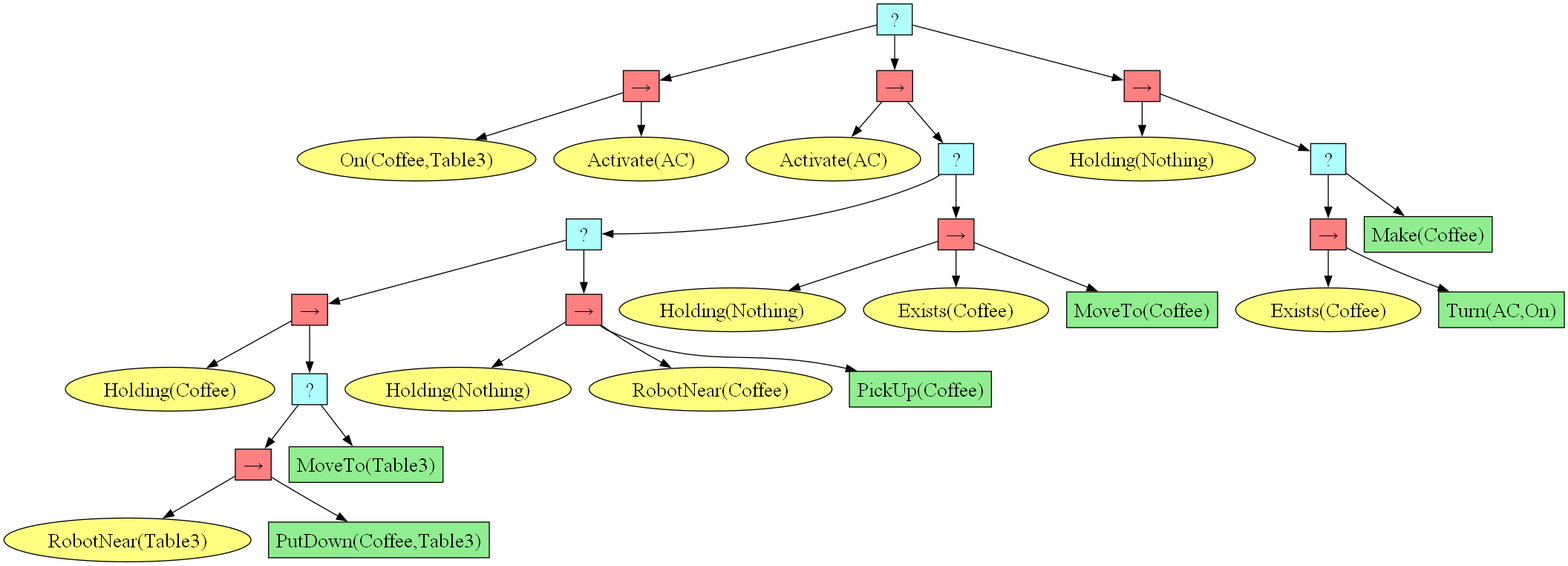
Before: test_exp/behavior_tree.png, a diagram exported from Graphviz (DIDS-EI/BTPG). Its source is kept beside it as test_exp/behavior_tree.dot.
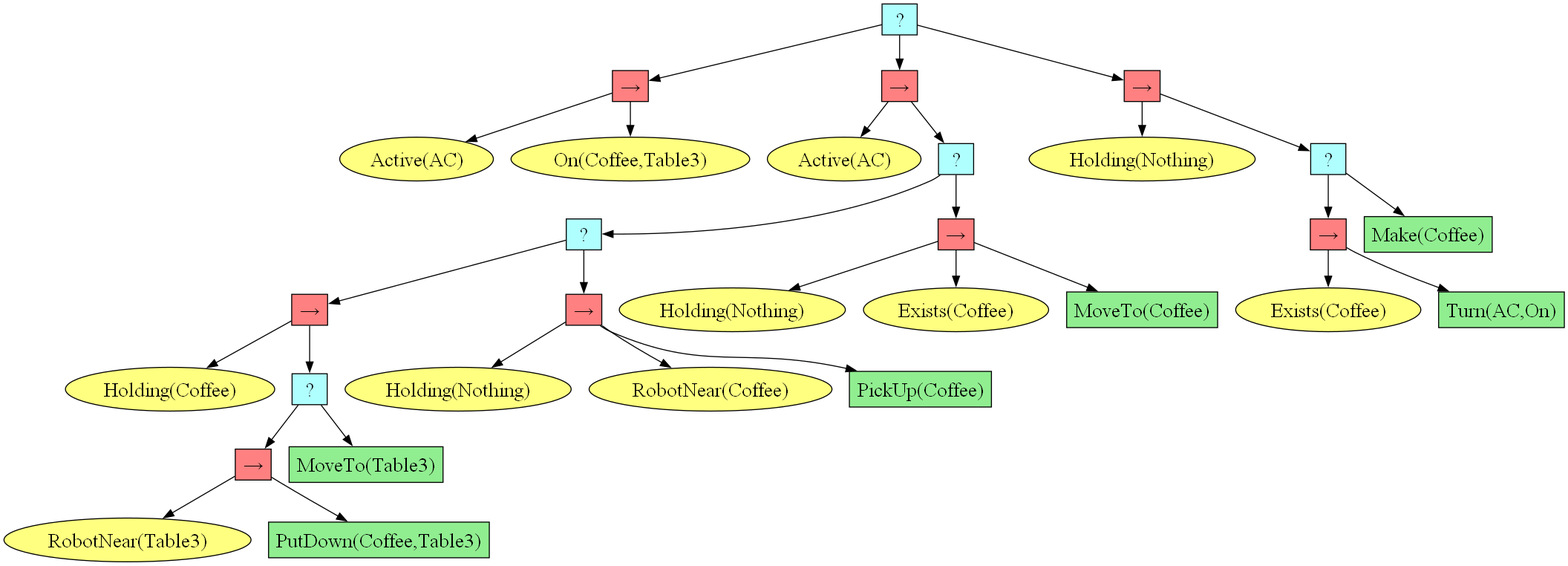
The same file after the commit.

Diff of the diagram source:
```diff
@@ -3,63 +3,63 @@
 graph [fontname="times-roman"];
 node [fontname="times-roman"];
 edge [fontname="times-roman"];
-"40d96e6e-f017-47f1-b045-ea39ed35e793" [fillcolor="#B0FFFF", fontcolor=black, fontsize=20, height=0.01, label=" ? ", shape=box, style=filled, width=0.01];
-"39f95e0f-c5ad-485e-a5ed-3ec96b5ad5d9" [fillcolor="#FF8080", fontcolor=black, fontsize=20, height=0.01, label="&rarr;", shape=box, style=filled, width=0.01];
-"40d96e6e-f017-47f1-b045-ea39ed35e793" -> "39f95e0f-c5ad-485e-a5ed-3ec96b5ad5d9";
-"70feaf1a-8af5-4c74-aabb-561acfc43530" [fillcolor="#FFFF80", fontcolor=black, fontsize=20, label="On(Coffee,Table3)", shape=ellipse, style=filled];
-"39f95e0f-c5ad-485e-a5ed-3ec96b5ad5d9" -> "70feaf1a-8af5-4c74-aabb-561acfc43530";
-"87415fd5-b1ce-42e8-ad00-895939998f91" [fillcolor="#FFFF80", fontcolor=black, fontsize=20, label="Activate(AC)", shape=ellipse, style=filled];
-"39f95e0f-c5ad-485e-a5ed-3ec96b5ad5d9" -> "87415fd5-b1ce-42e8-ad00-895939998f91";
-"d03be1c2-f787-496b-a1dc-f2af9ec79a14" [fillcolor="#FF8080", fontcolor=black, fontsize=20, height=0.01, label="&rarr;", shape=box, style=filled, width=0.01];
-"40d96e6e-f017-47f1-b045-ea39ed35e793" -> "d03be1c2-f787-496b-a1dc-f2af9ec79a14";
-"9ba7d4c7-164f-49fa-a9fa-26b5f5db60ec" [fillcolor="#FFFF80", fontcolor=black, fontsize=20, label="Activate(AC)", shape=ellipse, style=filled];
-"d03be1c2-f787-496b-a1dc-f2af9ec79a14" -> "9ba7d4c7-164f-49fa-a9fa-26b5f5db60ec";
-"94f9e562-efd5-4621-9918-45c8e6b81e74" [fillcolor="#B0FFFF", fontcolor=black, fontsize=20, height=0.01, label=" ? ", shape=box, style=filled, width=0.01];
-"d03be1c2-f787-496b-a1dc-f2af9ec79a14" -> "94f9e562-efd5-4621-9918-45c8e6b81e74";
-"fee48f38-13d3-46e6-a908-384f66520c66" [fillcolor="#B0FFFF", fontcolor=black, fontsize=20, height=0.01, label=" ? ", shape=box, style=filled, width=0.01];
-"94f9e562-efd5-4621-9918-45c8e6b81e74" -> "fee48f38-13d3-46e6-a908-384f66520c66";
-"02331bc6-d342-45c8-8819-0e1af96a8849" [fillcolor="#FF8080", fontcolor=black, fontsize=20, height=0.01, label="&rarr;", shape=box, style=filled, width=0.01];
-"fee48f38-13d3-46e6-a908-384f66520c66" -> "02331bc6-d342-45c8-8819-0e1af96a8849";
-"d4fddffe-086e-4568-a979-3977a3ec776e" [fillcolor="#FFFF80", fontcolor=black, fontsize=20, label="Holding(Coffee)", shape=ellipse, style=filled];
-"02331bc6-d342-45c8-8819-0e1af96a8849" -> "d4fddffe-086e-4568-a979-3977a3ec776e";
-"1881fc75-9366-47d9-b159-01e662043d64" [fillcolor="#B0FFFF", fontcolor=black, fontsize=20, height=0.01, label=" ? ", shape=box, style=filled, width=0.01];
-"02331bc6-d342-45c8-8819-0e1af96a8849" -> "1881fc75-9366-47d9-b159-01e662043d64";
-"4d900d99-60f9-41fa-a7b6-ea96b367d318" [fillcolor="#FF8080", fontcolor=black, fontsize=20, height=0.01, label="&rarr;", shape=box, style=filled, width=0.01];
-"1881fc75-9366-47d9-b159-01e662043d64" -> "4d900d99-60f9-41fa-a7b6-ea96b367d318";
-"712e3908-0825-4aef-82c9-341d560eb55d" [fillcolor="#FFFF80", fontcolor=black, fontsize=20, label="RobotNear(Table3)", shape=ellipse, style=filled];
-"4d900d99-60f9-41fa-a7b6-ea96b367d318" -> "712e3908-0825-4aef-82c9-341d560eb55d";
-"6c966f39-e3bc-4025-bcbb-1533ca1a0537" [fillcolor=lightgreen, fontcolor=black, fontsize=20, label="PutDown(Coffee,Table3)", shape=box, style=filled];
-"4d900d99-60f9-41fa-a7b6-ea96b367d318" -> "6c966f39-e3bc-4025-bcbb-1533ca1a0537";
-"1153b8ec-3f32-4dfc-b597-c5e52ce059b2" [fillcolor=lightgreen, fontcolor=black, fontsize=20, label="MoveTo(Table3)", shape=box, style=filled];
-"1881fc75-9366-47d9-b159-01e662043d64" -> "1153b8ec-3f32-4dfc-b597-c5e52ce059b2";
-"c72324f7-5af9-47f1-a2eb-cf318114dbb9" [fillcolor="#FF8080", fontcolor=black, fontsize=20, height=0.01, label="&rarr;", shape=box, style=filled, width=0.01];
-"fee48f38-13d3-46e6-a908-384f66520c66" -> "c72324f7-5af9-47f1-a2eb-cf318114dbb9";
-"b83fd74e-a563-4847-a53e-cfaa095a8746" [fillcolor="#FFFF80", fontcolor=black, fontsize=20, label="Holding(Nothing)", shape=ellipse, style=filled];
-"c72324f7-5af9-47f1-a2eb-cf318114dbb9" -> "b83fd74e-a563-4847-a53e-cfaa095a8746";
-"6781cac6-c231-4472-90e6-476f79049899" [fillcolor="#FFFF80", fontcolor=black, fontsize=20, label="RobotNear(Coffee)", shape=ellipse, style=filled];
-"c72324f7-5af9-47f1-a2eb-cf318114dbb9" -> "6781cac6-c231-4472-90e6-476f79049899";
-"d7d7f4ef-10ce-4595-8bd2-14d8b89d6c56" [fillcolor=lightgreen, fontcolor=black, fontsize=20, label="PickUp(Coffee)", shape=box, style=filled];
-"c72324f7-5af9-47f1-a2eb-cf318114dbb9" -> "d7d7f4ef-10ce-4595-8bd2-14d8b89d6c56";
-"055c8e15-cb65-447e-b779-ac0a8d0df59f" [fillcolor="#FF8080", fontcolor=black, fontsize=20, height=0.01, label="&rarr;", shape=box, style=filled, width=0.01];
-"94f9e562-efd5-4621-9918-45c8e6b81e74" -> "055c8e15-cb65-447e-b779-ac0a8d0df59f";
-"c4df0c44-3141-4850-bfd1-75b1a0277998" [fillcolor="#FFFF80", fontcolor=black, fontsize=20, label="Holding(Nothing)", shape=ellipse, style=filled];
-"055c8e15-cb65-447e-b779-ac0a8d0df59f" -> "c4df0c44-3141-4850-bfd1-75b1a0277998";
-"114c61b8-a325-47dd-9c8b-91c153b71d09" [fillcolor="#FFFF80", fontcolor=black, fontsize=20, label="Exists(Coffee)", shape=ellipse, style=filled];
-"055c8e15-cb65-447e-b779-ac0a8d0df59f" -> "114c61b8-a325-47dd-9c8b-91c153b71d09";
-"401531bc-1919-48b1-9d5e-796f582d1b6d" [fillcolor=lightgreen, fontcolor=black, fontsize=20, label="MoveTo(Coffee)", shape=box, style=filled];
-"055c8e15-cb65-447e-b779-ac0a8d0df59f" -> "401531bc-1919-48b1-9d5e-796f582d1b6d";
-"63ed2ed0-f67e-4009-8327-aed50e896072" [fillcolor="#FF8080", fontcolor=black, fontsize=20, height=0.01, label="&rarr;", shape=box, style=filled, width=0.01];
-"40d96e6e-f017-47f1-b045-ea39ed35e793" -> "63ed2ed0-f67e-4009-8327-aed50e896072";
-"6e16e691-6402-464b-8d98-0975d803dcff" [fillcolor="#FFFF80", fontcolor=black, fontsize=20, label="Holding(Nothing)", shape=ellipse, style=filled];
-"63ed2ed0-f67e-4009-8327-aed50e896072" -> "6e16e691-6402-464b-8d98-0975d803dcff";
-"6932352c-b567-4a65-8966-d6ef2573fa6b" [fillcolor="#B0FFFF", fontcolor=black, fontsize=20, height=0.01, label=" ? ", shape=box, style=filled, width=0.01];
-"63ed2ed0-f67e-4009-8327-aed50e896072" -> "6932352c-b567-4a65-8966-d6ef2573fa6b";
-"d18984df-5ecc-4ed8-9d2d-813dfdb460c7" [fillcolor="#FF8080", fontcolor=black, fontsize=20, height=0.01, label="&rarr;", shape=box, style=filled, width=0.01];
-"6932352c-b567-4a65-8966-d6ef2573fa6b" -> "d18984df-5ecc-4ed8-9d2d-813dfdb460c7";
-"638dfec6-5d3c-4110-b8ea-479a51d3cf0c" [fillcolor="#FFFF80", fontcolor=black, fontsize=20, label="Exists(Coffee)", shape=ellipse, style=filled];
-"d18984df-5ecc-4ed8-9d2d-813dfdb460c7" -> "638dfec6-5d3c-4110-b8ea-479a51d3cf0c";
-"c0f40bdc-9a97-4e8b-bc93-c50c67c64dab" [fillcolor=lightgreen, fontcolor=black, fontsize=20, label="Turn(AC,On)", shape=box, style=filled];
-"d18984df-5ecc-4ed8-9d2d-813dfdb460c7" -> "c0f40bdc-9a97-4e8b-bc93-c50c67c64dab";
-"b11c4785-50f1-4fab-9135-22cfdeffc213" [fillcolor=lightgreen, fontcolor=black, fontsize=20, label="Make(Coffee)", shape=box, style=filled];
-"6932352c-b567-4a65-8966-d6ef2573fa6b" -> "b11c4785-50f1-4fab-9135-22cfdeffc213";
+"e0e253e6-5e9a-44f4-973e-71b497608af3" [fillcolor="#B0FFFF", fontcolor=black, fontsize=20, height=0.01, label=" ? ", shape=box, style=filled, width=0.01];
+"1a7f3f0c-1863-4ae6-ad97-2db770e39878" [fillcolor="#FF8080", fontcolor=black, fontsize=20, height=0.01, label="&rarr;", shape=box, style=filled, width=0.01];
+"e0e253e6-5e9a-44f4-973e-71b497608af3" -> "1a7f3f0c-1863-4ae6-ad97-2db770e39878";
+"a9ea90d8-3fb7-420e-9620-453934ba32c8" [fillcolor="#FFFF80", fontcolor=black, fontsize=20, label="Active(AC)", shape=ellipse, style=filled];
+"1a7f3f0c-1863-4ae6-ad97-2db770e39878" -> "a9ea90d8-3fb7-420e-9620-453934ba32c8";
+"b07a2496-227a-4364-8a5f-f0c0ca945775" [fillcolor="#FFFF80", fontcolor=black, fontsize=20, label="On(Coffee,Table3)", shape=ellipse, style=filled];
+"1a7f3f0c-1863-4ae6-ad97-2db770e39878" -> "b07a2496-227a-4364-8a5f-f0c0ca945775";
+"c5a0366d-3949-46d4-9491-9e2bbffb95bb" [fillcolor="#FF8080", fontcolor=black, fontsize=20, height=0.01, label="&rarr;", shape=box, style=filled, width=0.01];
+"e0e253e6-5e9a-44f4-973e-71b497608af3" -> "c5a0366d-3949-46d4-9491-9e2bbffb95bb";
+"d0e15b88-cdfc-4238-ad79-ef03891a7da6" [fillcolor="#FFFF80", fontcolor=black, fontsize=20, label="Active(AC)", shape=ellipse, style=filled];
+"c5a0366d-3949-46d4-9491-9e2bbffb95bb" -> "d0e15b88-cdfc-4238-ad79-ef03891a7da6";
+"67af8655-8e93-40fc-b9c5-41bedc7329af" [fillcolor="#B0FFFF", fontcolor=black, fontsize=20, height=0.01, label=" ? ", shape=box, style=filled, width=0.01];
+"c5a0366d-3949-46d4-9491-9e2bbffb95bb" -> "67af8655-8e93-40fc-b9c5-41bedc7329af";
+"464aaaf0-dcda-479f-8d5c-ef1422084ef7" [fillcolor="#B0FFFF", fontcolor=black, fontsize=20, height=0.01, label=" ? ", shape=box, style=filled, width=0.01];
+"67af8655-8e93-40fc-b9c5-41bedc7329af" -> "464aaaf0-dcda-479f-8d5c-ef1422084ef7";
+"3acf2674-bfc9-4168-a69f-078ef1513048" [fillcolor="#FF8080", fontcolor=black, fontsize=20, height=0.01, label="&rarr;", shape=box, style=filled, width=0.01];
+"464aaaf0-dcda-479f-8d5c-ef1422084ef7" -> "3acf2674-bfc9-4168-a69f-078ef1513048";
+"303236d4-e49d-474b-bc3d-a8b20b6c0fb0" [fillcolor="#FFFF80", fontcolor=black, fontsize=20, label="Holding(Coffee)", shape=ellipse, style=filled];
+"3acf2674-bfc9-4168-a69f-078ef1513048" -> "303236d4-e49d-474b-bc3d-a8b20b6c0fb0";
+"cad161f3-add1-4503-929a-7d32bf2a5d8e" [fillcolor="#B0FFFF", fontcolor=black, fontsize=20, height=0.01, label=" ? ", shape=box, style=filled, width=0.01];
+"3acf2674-bfc9-4168-a69f-078ef1513048" -> "cad161f3-add1-4503-929a-7d32bf2a5d8e";
+"5647f366-50d7-4f18-bd8e-c1861facf2ae" [fillcolor="#FF8080", fontcolor=black, fontsize=20, height=0.01, label="&rarr;", shape=box, style=filled, width=0.01];
+"cad161f3-add1-4503-929a-7d32bf2a5d8e" -> "5647f366-50d7-4f18-bd8e-c1861facf2ae";
+"ff46fa3c-a03d-4628-8332-279e5f90c4e0" [fillcolor="#FFFF80", fontcolor=black, fontsize=20, label="RobotNear(Table3)", shape=ellipse, style=filled];
+"5647f366-50d7-4f18-bd8e-c1861facf2ae" -> "ff46fa3c-a03d-4628-8332-279e5f90c4e0";
+"34682165-1e77-487b-8216-11e2c0a8e348" [fillcolor=lightgreen, fontcolor=black, fontsize=20, label="PutDown(Coffee,Table3)", shape=box, style=filled];
+"5647f366-50d7-4f18-bd8e-c1861facf2ae" -> "34682165-1e77-487b-8216-11e2c0a8e348";
+"fc5230be-3ff7-4774-95a5-7688c0e42c71" [fillcolor=lightgreen, fontcolor=black, fontsize=20, label="MoveTo(Table3)", shape=box, style=filled];
+"cad161f3-add1-4503-929a-7d32bf2a5d8e" -> "fc5230be-3ff7-4774-95a5-7688c0e42c71";
+"ef7e8662-fe48-477c-ad6e-0678874c703c" [fillcolor="#FF8080", fontcolor=black, fontsize=20, height=0.01, label="&rarr;", shape=box, style=filled, width=0.01];
+"464aaaf0-dcda-479f-8d5c-ef1422084ef7" -> "ef7e8662-fe48-477c-ad6e-0678874c703c";
+"6a743ec9-d7d9-4442-b394-815db07a3aa5" [fillcolor="#FFFF80", fontcolor=black, fontsize=20, label="Holding(Nothing)", shape=ellipse, style=filled];
+"ef7e8662-fe48-477c-ad6e-0678874c703c" -> "6a743ec9-d7d9-4442-b394-815db07a3aa5";
+"f4d6688b-7fa5-4208-a317-47c03d1cdc19" [fillcolor="#FFFF80", fontcolor=black, fontsize=20, label="RobotNear(Coffee)", shape=ellipse, style=filled];
+"ef7e8662-fe48-477c-ad6e-0678874c703c" -> "f4d6688b-7fa5-4208-a317-47c03d1cdc19";
+"873df9d6-3e5c-4f81-8ebe-f850db984682" [fillcolor=lightgreen, fontcolor=black, fontsize=20, label="PickUp(Coffee)", shape=box, style=filled];
+"ef7e8662-fe48-477c-ad6e-0678874c703c" -> "873df9d6-3e5c-4f81-8ebe-f850db984682";
+"5c3ac90c-b07e-4263-ab1c-06d5ff5803c7" [fillcolor="#FF8080", fontcolor=black, fontsize=20, height=0.01, label="&rarr;", shape=box, style=filled, width=0.01];
+"67af8655-8e93-40fc-b9c5-41bedc7329af" -> "5c3ac90c-b07e-4263-ab1c-06d5ff5803c7";
+"70893ebc-a4e9-48b0-b508-6b5640fa4b83" [fillcolor="#FFFF80", fontcolor=black, fontsize=20, label="Holding(Nothing)", shape=ellipse, style=filled];
+"5c3ac90c-b07e-4263-ab1c-06d5ff5803c7" -> "70893ebc-a4e9-48b0-b508-6b5640fa4b83";
+"ca398927-8e1b-480c-8771-79b1b69f96a9" [fillcolor="#FFFF80", fontcolor=black, fontsize=20, label="Exists(Coffee)", shape=ellipse, style=filled];
+"5c3ac90c-b07e-4263-ab1c-06d5ff5803c7" -> "ca398927-8e1b-480c-8771-79b1b69f96a9";
+"5bbda2a7-5865-42ac-8188-872fe2f471ab" [fillcolor=lightgreen, fontcolor=black, fontsize=20, label="MoveTo(Coffee)", shape=box, style=filled];
+"5c3ac90c-b07e-4263-ab1c-06d5ff5803c7" -> "5bbda2a7-5865-42ac-8188-872fe2f471ab";
+"d37c23ab-5a19-4857-a8a4-070cf9a05ce6" [fillcolor="#FF8080", fontcolor=black, fontsize=20, height=0.01, label="&rarr;", shape=box, style=filled, width=0.01];
+"e0e253e6-5e9a-44f4-973e-71b497608af3" -> "d37c23ab-5a19-4857-a8a4-070cf9a05ce6";
+"b1b98a6e-1efe-40ab-92b1-32c3da1241c0" [fillcolor="#FFFF80", fontcolor=black, fontsize=20, label="Holding(Nothing)", shape=ellipse, style=filled];
+"d37c23ab-5a19-4857-a8a4-070cf9a05ce6" -> "b1b98a6e-1efe-40ab-92b1-32c3da1241c0";
+"c5ca76e3-aacb-4066-90ee-526027d6d2ee" [fillcolor="#B0FFFF", fontcolor=black, fontsize=20, height=0.01, label=" ? ", shape=box, style=filled, width=0.01];
+"d37c23ab-5a19-4857-a8a4-070cf9a05ce6" -> "c5ca76e3-aacb-4066-90ee-526027d6d2ee";
+"17188bd2-5f99-4cc8-994d-17ea3c70fa74" [fillcolor="#FF8080", fontcolor=black, fontsize=20, height=0.01, label="&rarr;", shape=box, style=filled, width=0.01];
+"c5ca76e3-aacb-4066-90ee-526027d6d2ee" -> "17188bd2-5f99-4cc8-994d-17ea3c70fa74";
+"5139cafa-a7d8-4c11-b5d0-9f709c4f4e77" [fillcolor="#FFFF80", fontcolor=black, fontsize=20, label="Exists(Coffee)", shape=ellipse, style=filled];
+"17188bd2-5f99-4cc8-994d-17ea3c70fa74" -> "5139cafa-a7d8-4c11-b5d0-9f709c4f4e77";
+"4407fd63-a48f-4385-895d-1fd541514a28" [fillcolor=lightgreen, fontcolor=black, fontsize=20, label="Turn(AC,On)", shape=box, style=filled];
+"17188bd2-5f99-4cc8-994d-17ea3c70fa74" -> "4407fd63-a48f-4385-895d-1fd541514a28";
+"e63060ad-3a06-4507-8e38-42b44db41c25" [fillcolor=lightgreen, fontcolor=black, fontsize=20, label="Make(Coffee)", shape=box, style=filled];
+"c5ca76e3-aacb-4066-90ee-526027d6d2ee" -> "e63060ad-3a06-4507-8e38-42b44db41c25";
 }
```
